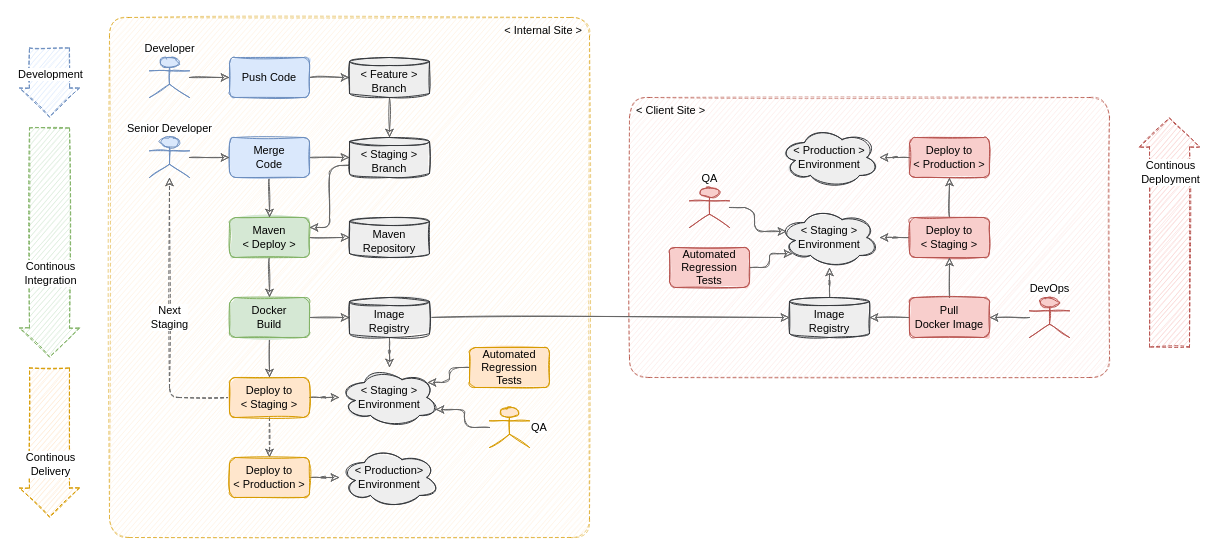
This is cicd-pipeline.drawio from andylke/docs-cicd-pipeline, a draw.io file, before an edit. Source tidied: cells renumbered, new cells numbered last; positions are measured from the earlier drawing's top-left corner, leaving out a move shared by most shapes. Both pictures are drawn from the tidied source at 100%, with x=0, y=0 at pixel (49, 17).
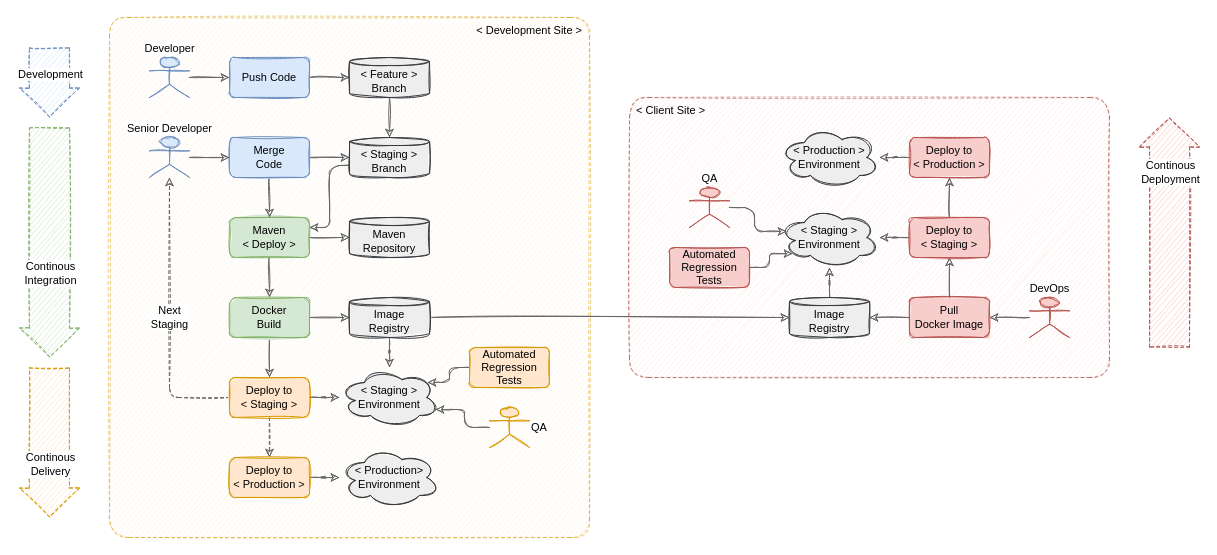
After the change.

Commit message (it also covers changes not shown here):
Update diagram labeling

Change to the diagram source:
```diff
@@
-    <mxCell id="2" value="&amp;lt; Internal Site &amp;gt;" style="rounded=1;whiteSpace=wrap;html=1;dashed=1;sketch=1;fillStyle=hachure;fontSize=11;fillColor=#ffe6cc;opacity=50;strokeColor=#d79b00;arcSize=4;align=right;verticalAlign=top;spacingRight=5;spacingTop=0;" parent="1" vertex="1">
+    <mxCell id="2" value="&amp;lt; Development Site &amp;gt;" style="rounded=1;whiteSpace=wrap;html=1;dashed=1;sketch=1;fillStyle=hachure;fontSize=11;fillColor=#ffe6cc;opacity=50;strokeColor=#d79b00;arcSize=4;align=right;verticalAlign=top;spacingRight=5;spacingTop=0;" parent="1" vertex="1">
       <mxGeometry x="60" width="480" height="520" as="geometry" />
     </mxCell>
```
